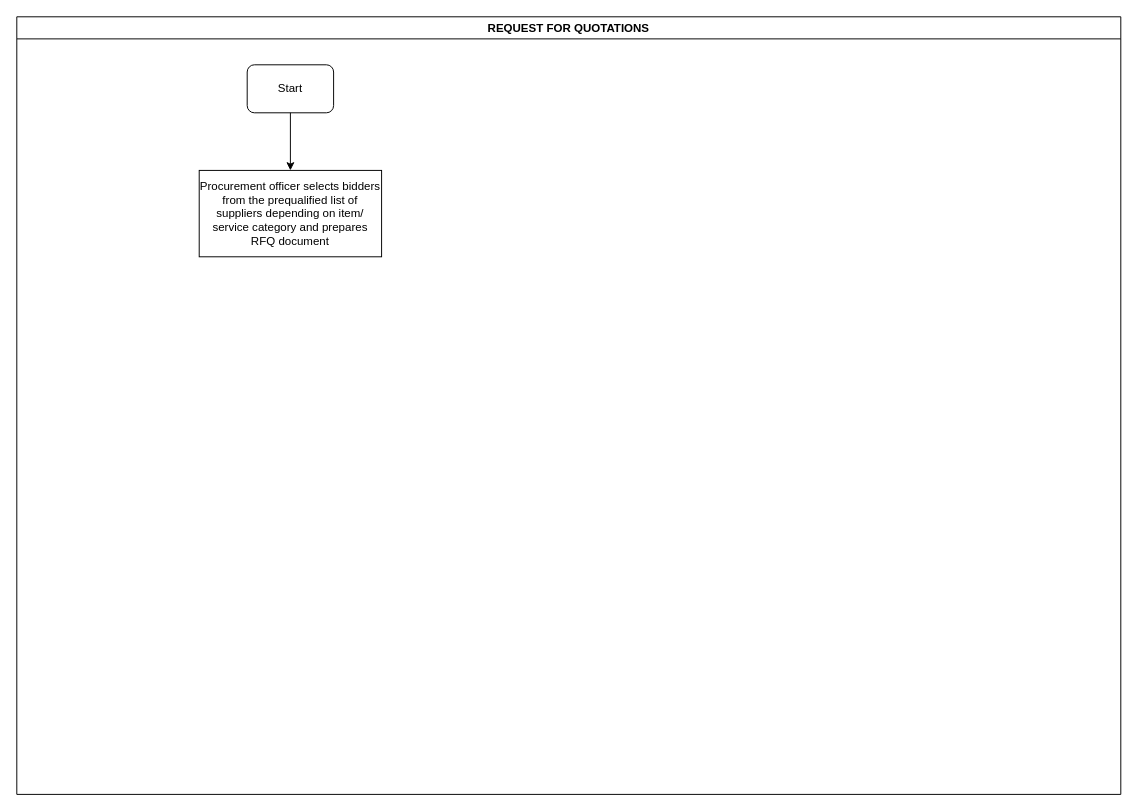
Above: LC-PROC-REQUEST FOR QUOTATIONS.drawio in kmagua/flowcharts (draw.io), before the change. Source tidied: cells renumbered, new cells numbered last; positions are measured from the earlier drawing's top-left corner, leaving out a move shared by most shapes. Both pictures are drawn from the tidied source at 96%, with x=0, y=0 at pixel (16, 16).
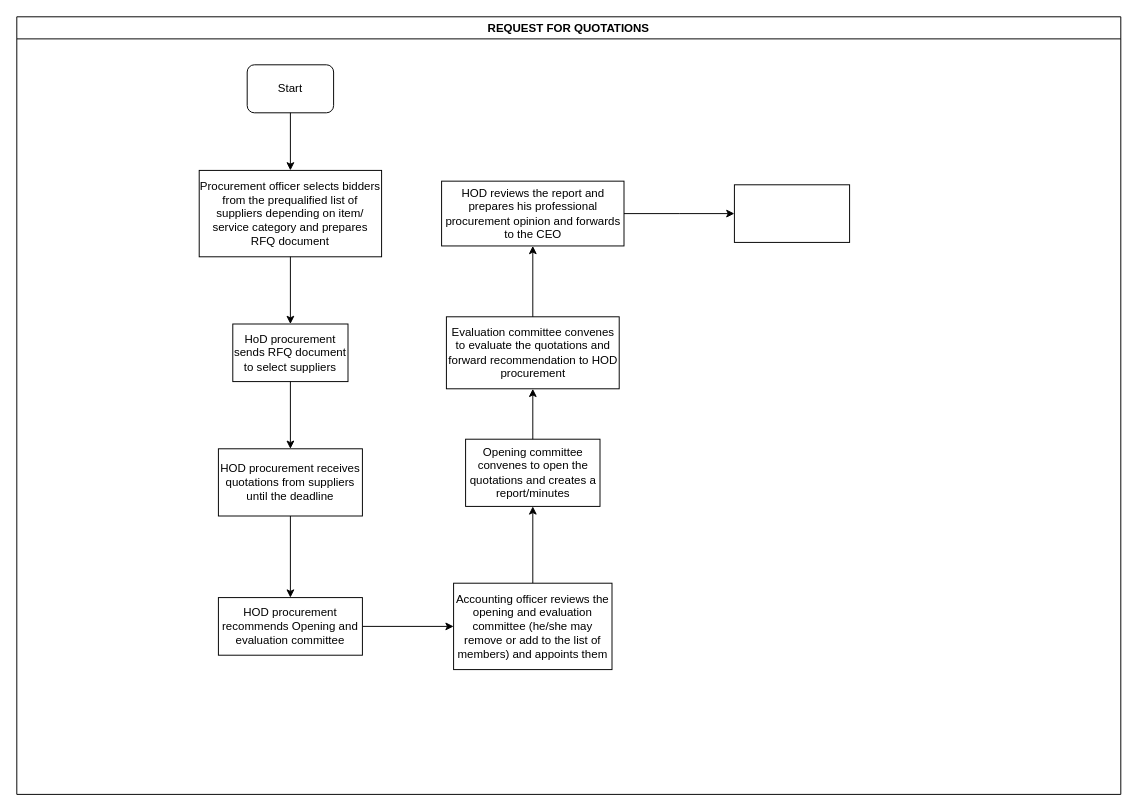
The same diagram, later.

Unchanged cells that the change refers to:
```xml
<mxCell id="2" value="REQUEST FOR QUOTATIONS" style="swimlane;" parent="1" vertex="1">
  <mxGeometry width="1150" height="810" as="geometry" />
</mxCell>
<mxCell id="4" value="Procurement officer selects bidders from the prequalified list of suppliers depending on item/ service category and prepares RFQ document" style="rounded=0;whiteSpace=wrap;html=1;" parent="2" vertex="1">
  <mxGeometry x="190" y="160" width="190" height="90" as="geometry" />
</mxCell>
```

Change to the diagram source:
```diff
@@
+    <mxCell id="6" value="HoD procurement sends RFQ document to select suppliers" style="whiteSpace=wrap;html=1;rounded=0;" parent="2" vertex="1">
+      <mxGeometry x="225" y="320" width="120" height="60" as="geometry" />
+    </mxCell>
+    <mxCell id="7" style="edgeStyle=orthogonalEdgeStyle;rounded=0;jettySize=auto;html=1;" parent="2" edge="1" source="4" target="6">
+      <mxGeometry relative="1" as="geometry" />
+    </mxCell>
+    <mxCell id="8" value="Opening committee convenes to open the quotations and creates a report/minutes" style="whiteSpace=wrap;html=1;rounded=0;" parent="2" vertex="1">
+      <mxGeometry x="467.5" y="440" width="140" height="70" as="geometry" />
+    </mxCell>
+    <mxCell id="9" value="Evaluation committee convenes to evaluate the quotations and forward recommendation to HOD procurement" style="whiteSpace=wrap;html=1;rounded=0;" parent="2" vertex="1">
+      <mxGeometry x="447.5" y="312.5" width="180" height="75" as="geometry" />
+    </mxCell>
+    <mxCell id="10" style="edgeStyle=orthogonalEdgeStyle;rounded=0;jettySize=auto;html=1;" parent="2" edge="1" source="8" target="9">
+      <mxGeometry relative="1" as="geometry" />
+    </mxCell>
+    <mxCell id="11" value="HOD reviews the report and prepares his professional procurement opinion and forwards to the CEO" style="whiteSpace=wrap;html=1;rounded=0;" parent="2" vertex="1">
+      <mxGeometry x="442.5" y="171.2" width="190" height="67.5" as="geometry" />
+    </mxCell>
+    <mxCell id="12" style="edgeStyle=orthogonalEdgeStyle;rounded=0;jettySize=auto;html=1;" parent="2" edge="1" source="9" target="11">
+      <mxGeometry relative="1" as="geometry" />
+    </mxCell>
+    <mxCell id="13" style="edgeStyle=orthogonalEdgeStyle;rounded=0;jettySize=auto;html=1;" parent="1" edge="1" source="14" target="17">
+      <mxGeometry relative="1" as="geometry" />
+    </mxCell>
+    <mxCell id="14" value="HOD procurement receives quotations from suppliers until the deadline" style="whiteSpace=wrap;html=1;rounded=0;" parent="1" vertex="1">
+      <mxGeometry x="210" y="450" width="150" height="70" as="geometry" />
+    </mxCell>
+    <mxCell id="15" style="edgeStyle=orthogonalEdgeStyle;rounded=0;jettySize=auto;html=1;" parent="1" edge="1" source="6" target="14">
+      <mxGeometry relative="1" as="geometry" />
+    </mxCell>
+    <mxCell id="16" style="edgeStyle=orthogonalEdgeStyle;rounded=0;jettySize=auto;html=1;" parent="1" edge="1" source="17" target="19">
+      <mxGeometry relative="1" as="geometry" />
+    </mxCell>
+    <mxCell id="17" value="HOD procurement recommends Opening and evaluation committee" style="whiteSpace=wrap;html=1;rounded=0;" parent="1" vertex="1">
+      <mxGeometry x="210" y="605" width="150" height="60" as="geometry" />
+    </mxCell>
+    <mxCell id="18" style="edgeStyle=orthogonalEdgeStyle;rounded=0;jettySize=auto;html=1;" parent="1" edge="1" source="19" target="8">
+      <mxGeometry relative="1" as="geometry" />
+    </mxCell>
+    <mxCell id="19" value="Accounting officer reviews the opening and evaluation committee (he/she may remove or add to the list of members) and appoints them" style="whiteSpace=wrap;html=1;rounded=0;" parent="1" vertex="1">
+      <mxGeometry x="455" y="590" width="165" height="90" as="geometry" />
+    </mxCell>
+    <mxCell id="20" style="whiteSpace=wrap;html=1;rounded=0;" parent="1" vertex="1">
+      <mxGeometry x="747.5" y="175" width="120" height="60" as="geometry" />
+    </mxCell>
+    <mxCell id="21" style="edgeStyle=orthogonalEdgeStyle;rounded=0;jettySize=auto;html=1;" parent="1" edge="1" source="11" target="20">
+      <mxGeometry relative="1" as="geometry" />
+    </mxCell>
```
